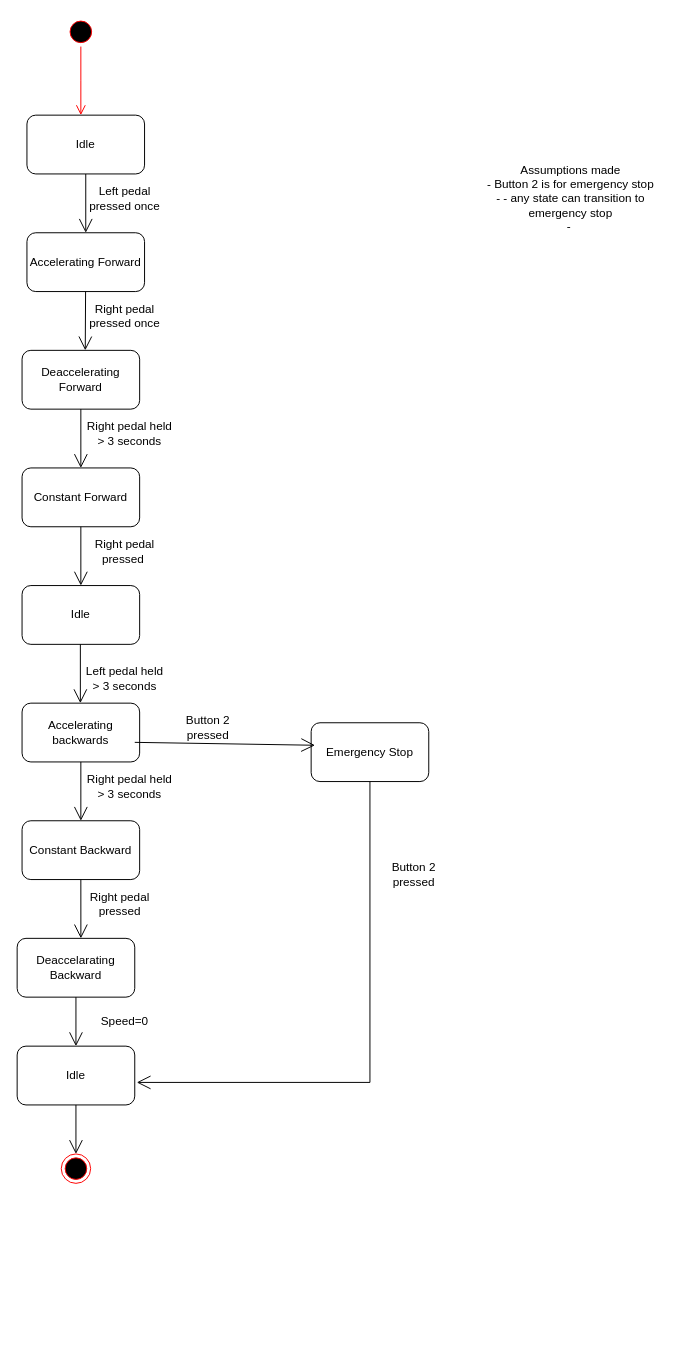
The draw.io diagram rover state diagram.drawio in natasha-kiara/use-case-diagrams, before the edit. Source tidied: cells renumbered, new cells numbered last; positions are measured from the earlier drawing's top-left corner, leaving out a move shared by most shapes. Both pictures are drawn from the tidied source at 98%, with x=0, y=0 at pixel (17, 17).
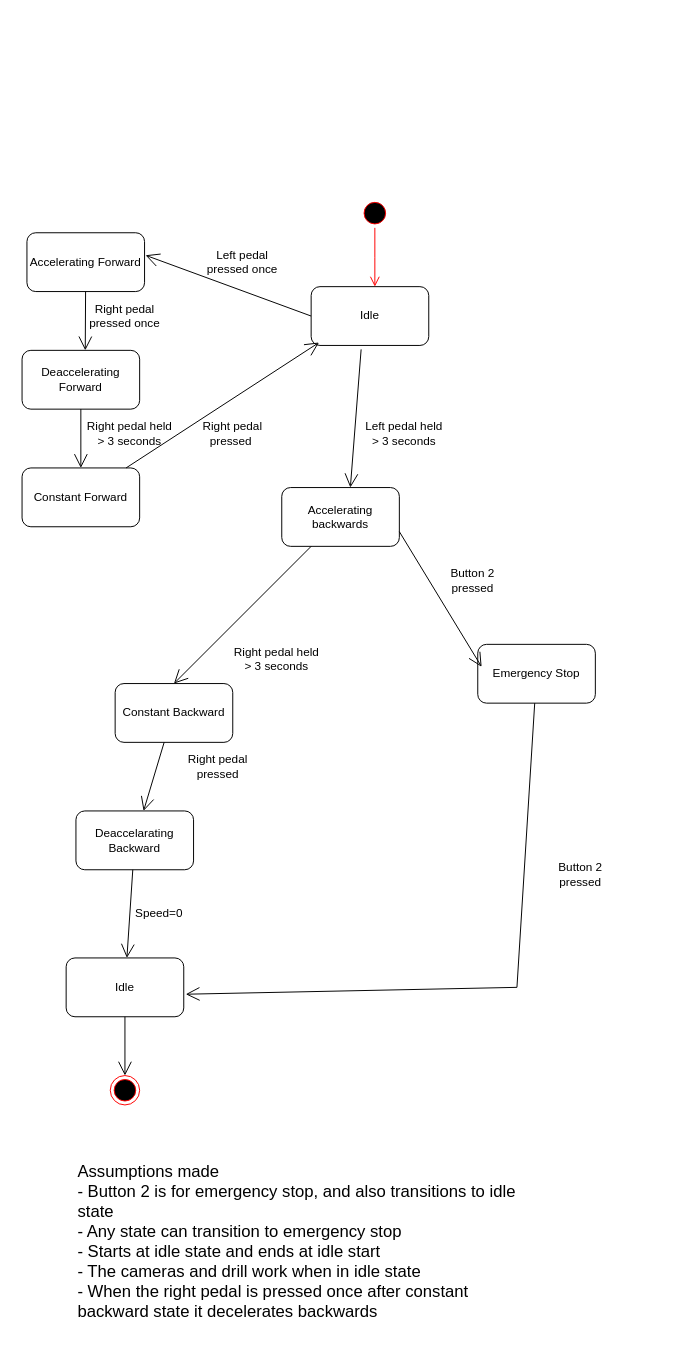
The same diagram, later.

The change refers to these unchanged cells:
```xml
<mxCell id="8" value="Accelerating Forward" style="rounded=1;whiteSpace=wrap;html=1;" parent="1" vertex="1">
  <mxGeometry x="10" y="220" width="120" height="60" as="geometry" />
</mxCell>
<mxCell id="13" value="Constant Forward" style="rounded=1;whiteSpace=wrap;html=1;" parent="1" vertex="1">
  <mxGeometry x="5" y="460" width="120" height="60" as="geometry" />
</mxCell>
```

Change to the diagram source:
```diff
@@
-    <mxCell id="2" style="ellipse;html=1;shape=startState;fillColor=#000000;strokeColor=#ff0000;" parent="1" vertex="1">
-      <mxGeometry x="50" width="30" height="30" as="geometry" />
-    </mxCell>
-    <mxCell id="3" style="edgeStyle=orthogonalEdgeStyle;html=1;verticalAlign=bottom;endArrow=open;endSize=8;strokeColor=#ff0000;rounded=0;" parent="1" edge="1" source="2">
-      <mxGeometry relative="1" as="geometry">
-        <mxPoint x="65" y="100" as="targetPoint" />
-      </mxGeometry>
-    </mxCell>
     <mxCell id="4" style="ellipse;html=1;shape=endState;fillColor=#000000;strokeColor=#ff0000;" parent="1" vertex="1">
-      <mxGeometry x="45" y="1160" width="30" height="30" as="geometry" />
+      <mxGeometry x="95" y="1080" width="30" height="30" as="geometry" />
     </mxCell>
-    <mxCell id="5" style="endArrow=open;endFill=1;endSize=12;html=1;rounded=0;entryX=0.5;entryY=0;entryDx=0;entryDy=0;" parent="1" edge="1" target="8">
-      <mxGeometry relative="1" as="geometry">
-        <mxPoint x="70" y="160" as="sourcePoint" />
-      </mxGeometry>
+    <mxCell id="5" style="endArrow=open;endFill=1;endSize=12;html=1;rounded=0;entryX=1.008;entryY=0.383;entryDx=0;entryDy=0;exitX=0;exitY=0.5;exitDx=0;exitDy=0;entryPerimeter=0;" parent="1" edge="1" source="7" target="8">
+      <mxGeometry relative="1" as="geometry" />
     </mxCell>
     <mxCell id="6" value="Left pedal pressed once" style="text;html=1;align=center;verticalAlign=middle;whiteSpace=wrap;rounded=0;" parent="1" vertex="1">
-      <mxGeometry x="70" y="170" width="80" height="30" as="geometry" />
+      <mxGeometry x="190" y="235" width="80" height="30" as="geometry" />
     </mxCell>
     <mxCell id="7" value="Idle" style="rounded=1;whiteSpace=wrap;html=1;" parent="1" vertex="1">
-      <mxGeometry x="10" y="100" width="120" height="60" as="geometry" />
+      <mxGeometry x="300" y="275" width="120" height="60" as="geometry" />
     </mxCell>
@@
-    <mxCell id="15" style="endArrow=open;endFill=1;endSize=12;html=1;rounded=0;entryX=0.5;entryY=0;entryDx=0;entryDy=0;" parent="1" edge="1" source="13" target="17">
+    <mxCell id="15" style="endArrow=open;endFill=1;endSize=12;html=1;rounded=0;entryX=0.067;entryY=0.95;entryDx=0;entryDy=0;entryPerimeter=0;" parent="1" edge="1" source="13" target="7">
       <mxGeometry relative="1" as="geometry" />
     </mxCell>
     <mxCell id="16" value="Right pedal pressed&amp;nbsp;" style="text;html=1;align=center;verticalAlign=middle;whiteSpace=wrap;rounded=0;" parent="1" vertex="1">
-      <mxGeometry x="70" y="530" width="80" height="30" as="geometry" />
+      <mxGeometry x="180" y="410" width="80" height="30" as="geometry" />
     </mxCell>
-    <mxCell id="17" value="Idle" style="rounded=1;whiteSpace=wrap;html=1;" parent="1" vertex="1">
-      <mxGeometry x="5" y="580" width="120" height="60" as="geometry" />
-    </mxCell>
-    <mxCell id="18" style="endArrow=open;endFill=1;endSize=12;html=1;rounded=0;entryX=0.5;entryY=0;entryDx=0;entryDy=0;" parent="1" edge="1">
+    <mxCell id="18" style="endArrow=open;endFill=1;endSize=12;html=1;rounded=0;exitX=0.425;exitY=1.067;exitDx=0;exitDy=0;exitPerimeter=0;" parent="1" edge="1" source="7">
       <mxGeometry relative="1" as="geometry">
-        <mxPoint x="64.5" y="640" as="sourcePoint" />
-        <mxPoint x="64.5" y="700" as="targetPoint" />
+        <mxPoint x="340" y="480" as="targetPoint" />
       </mxGeometry>
     </mxCell>
     <mxCell id="19" value="Left pedal held &amp;gt; 3 seconds" style="text;html=1;align=center;verticalAlign=middle;whiteSpace=wrap;rounded=0;" parent="1" vertex="1">
-      <mxGeometry x="65" y="660" width="90" height="30" as="geometry" />
+      <mxGeometry x="350" y="410" width="90" height="30" as="geometry" />
     </mxCell>
     <mxCell id="20" value="Accelerating backwards" style="rounded=1;whiteSpace=wrap;html=1;" parent="1" vertex="1">
-      <mxGeometry x="5" y="700" width="120" height="60" as="geometry" />
+      <mxGeometry x="270" y="480" width="120" height="60" as="geometry" />
     </mxCell>
     <mxCell id="21" value="Right pedal held &amp;gt; 3 seconds" style="text;html=1;align=center;verticalAlign=middle;whiteSpace=wrap;rounded=0;" parent="1" vertex="1">
-      <mxGeometry x="70" y="770" width="90" height="30" as="geometry" />
+      <mxGeometry x="220" y="640" width="90" height="30" as="geometry" />
     </mxCell>
@@
     <mxCell id="23" value="Constant Backward" style="rounded=1;whiteSpace=wrap;html=1;" parent="1" vertex="1">
-      <mxGeometry x="5" y="820" width="120" height="60" as="geometry" />
+      <mxGeometry x="100" y="680" width="120" height="60" as="geometry" />
     </mxCell>
-    <mxCell id="24" style="endArrow=open;endFill=1;endSize=12;html=1;rounded=0;entryX=0.542;entryY=0;entryDx=0;entryDy=0;entryPerimeter=0;" parent="1" edge="1" target="26">
+    <mxCell id="24" style="endArrow=open;endFill=1;endSize=12;html=1;rounded=0;" parent="1" edge="1" target="26">
       <mxGeometry relative="1" as="geometry">
-        <mxPoint x="65" y="880" as="sourcePoint" />
+        <mxPoint x="150" y="740" as="sourcePoint" />
       </mxGeometry>
     </mxCell>
     <mxCell id="25" value="Right pedal pressed" style="text;html=1;align=center;verticalAlign=middle;whiteSpace=wrap;rounded=0;" parent="1" vertex="1">
-      <mxGeometry x="60" y="890" width="90" height="30" as="geometry" />
+      <mxGeometry x="160" y="750" width="90" height="30" as="geometry" />
     </mxCell>
     <mxCell id="26" value="Deaccelarating Backward" style="rounded=1;whiteSpace=wrap;html=1;" parent="1" vertex="1">
-      <mxGeometry y="940" width="120" height="60" as="geometry" />
+      <mxGeometry x="60" y="810" width="120" height="60" as="geometry" />
     </mxCell>
@@
     <mxCell id="28" value="Speed=0" style="text;html=1;align=center;verticalAlign=middle;whiteSpace=wrap;rounded=0;" parent="1" vertex="1">
-      <mxGeometry x="65" y="1010" width="90" height="30" as="geometry" />
+      <mxGeometry x="100" y="900" width="90" height="30" as="geometry" />
     </mxCell>
     <mxCell id="29" value="Idle" style="rounded=1;whiteSpace=wrap;html=1;" parent="1" vertex="1">
-      <mxGeometry y="1050" width="120" height="60" as="geometry" />
+      <mxGeometry x="50" y="960" width="120" height="60" as="geometry" />
     </mxCell>
@@
     <mxCell id="31" value="Emergency Stop" style="rounded=1;whiteSpace=wrap;html=1;" parent="1" vertex="1">
-      <mxGeometry x="300" y="720" width="120" height="60" as="geometry" />
+      <mxGeometry x="470" y="640" width="120" height="60" as="geometry" />
     </mxCell>
-    <mxCell id="32" style="endArrow=open;endFill=1;endSize=12;html=1;rounded=0;entryX=0.033;entryY=0.383;entryDx=0;entryDy=0;entryPerimeter=0;" parent="1" edge="1" target="31">
-      <mxGeometry relative="1" as="geometry">
-        <mxPoint x="120" y="740" as="sourcePoint" />
-      </mxGeometry>
+    <mxCell id="32" style="endArrow=open;endFill=1;endSize=12;html=1;rounded=0;entryX=0.033;entryY=0.383;entryDx=0;entryDy=0;entryPerimeter=0;exitX=1;exitY=0.75;exitDx=0;exitDy=0;" parent="1" edge="1" source="20" target="31">
+      <mxGeometry relative="1" as="geometry" />
     </mxCell>
     <mxCell id="33" value="Button 2 pressed" style="text;html=1;align=center;verticalAlign=middle;whiteSpace=wrap;rounded=0;" parent="1" vertex="1">
-      <mxGeometry x="150" y="710" width="90" height="30" as="geometry" />
+      <mxGeometry x="420" y="560" width="90" height="30" as="geometry" />
     </mxCell>
     <mxCell id="34" style="endArrow=open;endFill=1;endSize=12;html=1;rounded=0;entryX=1.017;entryY=0.617;entryDx=0;entryDy=0;entryPerimeter=0;" parent="1" edge="1" source="31" target="29">
       <mxGeometry relative="1" as="geometry">
         <Array as="points">
-          <mxPoint x="360" y="1087" />
+          <mxPoint x="510" y="990" />
         </Array>
       </mxGeometry>
     </mxCell>
     <mxCell id="35" value="Button 2 pressed" style="text;html=1;align=center;verticalAlign=middle;whiteSpace=wrap;rounded=0;" parent="1" vertex="1">
-      <mxGeometry x="360" y="860" width="90" height="30" as="geometry" />
+      <mxGeometry x="530" y="860" width="90" height="30" as="geometry" />
     </mxCell>
-    <mxCell id="36" value="Assumptions made&lt;div&gt;- Button 2 is for emergency stop&lt;/div&gt;&lt;div&gt;- - any state can transition to emergency stop&lt;/div&gt;&lt;div&gt;-&amp;nbsp;&lt;/div&gt;" style="text;html=1;align=center;verticalAlign=middle;whiteSpace=wrap;rounded=0;" parent="1" vertex="1">
-      <mxGeometry x="470" y="150" width="190" height="70" as="geometry" />
+    <mxCell id="36" value="&lt;span style=&quot;font-size: 17px;&quot;&gt;Assumptions made&lt;/span&gt;&lt;div style=&quot;font-size: 17px;&quot;&gt;- Button 2 is for emergency stop, and also transitions to idle state&lt;/div&gt;&lt;div style=&quot;font-size: 17px;&quot;&gt;- Any state can transition to emergency stop&lt;/div&gt;&lt;div style=&quot;font-size: 17px;&quot;&gt;- Starts at idle state and ends at idle start&lt;/div&gt;&lt;div style=&quot;font-size: 17px;&quot;&gt;- The cameras and drill work when in idle state&lt;/div&gt;&lt;div style=&quot;font-size: 17px;&quot;&gt;- When the right pedal is pressed once after constant backward state it decelerates backwards&lt;/div&gt;" style="text;html=1;align=left;verticalAlign=middle;whiteSpace=wrap;rounded=0;" parent="1" vertex="1">
+      <mxGeometry x="60" y="1150" width="460" height="200" as="geometry" />
     </mxCell>
+    <mxCell id="37" style="ellipse;html=1;shape=startState;fillColor=#000000;strokeColor=#ff0000;" parent="1" vertex="1">
+      <mxGeometry x="350" y="185" width="30" height="30" as="geometry" />
+    </mxCell>
+    <mxCell id="38" style="edgeStyle=orthogonalEdgeStyle;html=1;verticalAlign=bottom;endArrow=open;endSize=8;strokeColor=#ff0000;rounded=0;" parent="1" edge="1" source="37">
+      <mxGeometry relative="1" as="geometry">
+        <mxPoint x="365" y="275" as="targetPoint" />
+      </mxGeometry>
+    </mxCell>
```
